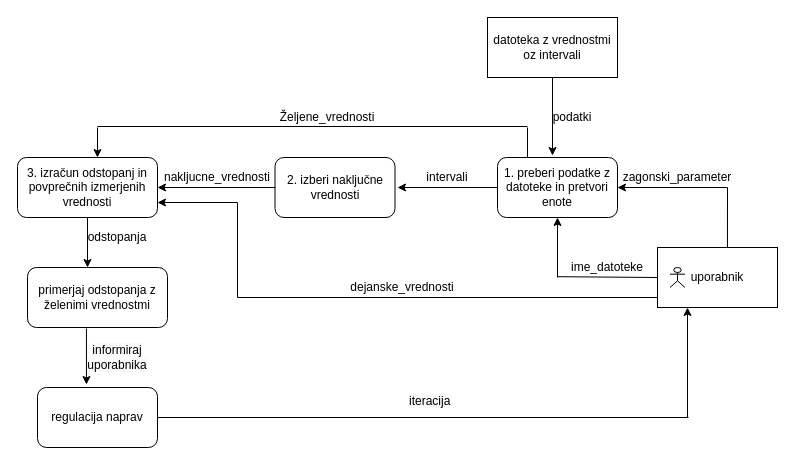
Above: page "Page-2" (2 of 2) of diagram toka podatkov.drawio in OPI-v-v/simulator (draw.io), before the change. Source tidied: cells renumbered, new cells numbered last; positions are measured from the earlier drawing's top-left corner, leaving out a move shared by most shapes. Both pictures are drawn from the tidied source at 100%, with x=0, y=0 at pixel (17, 17).
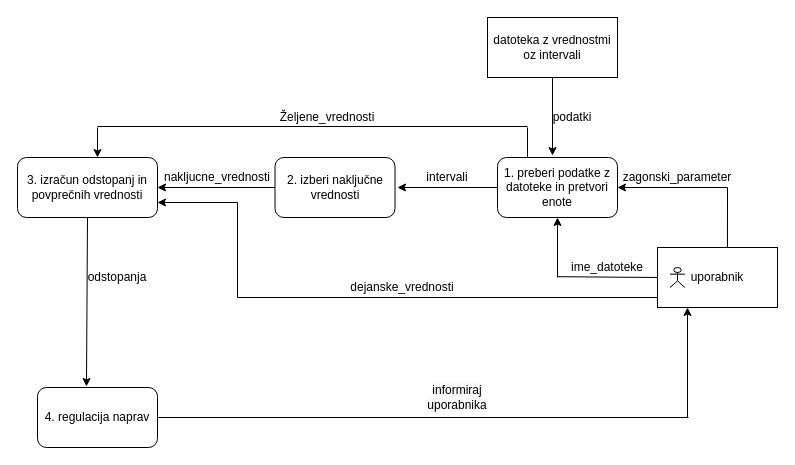
The same page after the edit.

Change to the diagram source:
```diff
@@
-    <mxCell id="20" value="3. izračun odstopanj in povprečnih izmerjenih vrednosti" style="rounded=1;whiteSpace=wrap;html=1;" parent="1" vertex="1">
+    <mxCell id="20" value="3. izračun odstopanj in povprečnih vrednosti" style="rounded=1;whiteSpace=wrap;html=1;" parent="1" vertex="1">
       <mxGeometry y="140" width="140" height="60" as="geometry" />
     </mxCell>
-    <mxCell id="21" value="regulacija naprav" style="rounded=1;whiteSpace=wrap;html=1;" parent="1" vertex="1">
+    <mxCell id="21" value="4. regulacija naprav" style="rounded=1;whiteSpace=wrap;html=1;" parent="1" vertex="1">
       <mxGeometry x="20" y="370" width="120" height="60" as="geometry" />
     </mxCell>
@@
     <mxCell id="25" value="&#10;&#10;&lt;span style=&quot;color: rgb(0, 0, 0); font-family: helvetica; font-size: 12px; font-style: normal; font-weight: 400; letter-spacing: normal; text-align: center; text-indent: 0px; text-transform: none; word-spacing: 0px; background-color: rgb(248, 249, 250); display: inline; float: none;&quot;&gt;informiraj uporabnika&lt;/span&gt;&#10;&#10;" style="text;html=1;strokeColor=none;fillColor=none;align=center;verticalAlign=middle;whiteSpace=wrap;rounded=0;" parent="1" vertex="1">
-      <mxGeometry x="80" y="330" width="40" height="20" as="geometry" />
+      <mxGeometry x="420" y="370" width="40" height="20" as="geometry" />
     </mxCell>
@@
-    <mxCell id="30" value="primerjaj odstopanja z želenimi vrednostmi" style="rounded=1;whiteSpace=wrap;html=1;" parent="1" vertex="1">
-      <mxGeometry x="10" y="250" width="140" height="60" as="geometry" />
-    </mxCell>
-    <mxCell id="31" style="endArrow=classic;html=1;exitX=0.5;exitY=1;exitDx=0;exitDy=0;" parent="1" edge="1" source="20">
-      <mxGeometry relative="1" as="geometry">
-        <mxPoint x="70" y="250" as="targetPoint" />
-      </mxGeometry>
+    <mxCell id="31" style="endArrow=classic;html=1;exitX=0.5;exitY=1;exitDx=0;exitDy=0;entryX=0.408;entryY=-0.017;entryDx=0;entryDy=0;entryPerimeter=0;" parent="1" edge="1" source="20" target="21">
+      <mxGeometry relative="1" as="geometry" />
     </mxCell>
     <mxCell id="32" value="odstopanja" style="text;html=1;strokeColor=none;fillColor=none;align=center;verticalAlign=middle;whiteSpace=wrap;rounded=0;" parent="1" vertex="1">
-      <mxGeometry x="80" y="210" width="40" height="20" as="geometry" />
+      <mxGeometry x="80" y="250" width="40" height="20" as="geometry" />
     </mxCell>
-    <mxCell id="33" style="endArrow=classic;html=1;entryX=0.408;entryY=-0.05;entryDx=0;entryDy=0;entryPerimeter=0;exitX=0.421;exitY=1.017;exitDx=0;exitDy=0;exitPerimeter=0;" parent="1" edge="1" source="30" target="21">
-      <mxGeometry relative="1" as="geometry" />
-    </mxCell>
@@
-    <mxCell id="36" value="&lt;span style=&quot;color: rgb(0, 0, 0); font-family: helvetica; font-size: 12px; font-style: normal; font-weight: 400; letter-spacing: normal; text-align: center; text-indent: 0px; text-transform: none; word-spacing: 0px; background-color: rgb(248, 249, 250); display: inline; float: none;&quot;&gt;iteracija&lt;/span&gt;" style="text;whiteSpace=wrap;html=1;" parent="1" vertex="1">
-      <mxGeometry x="390" y="370" width="70" height="30" as="geometry" />
-    </mxCell>
```
